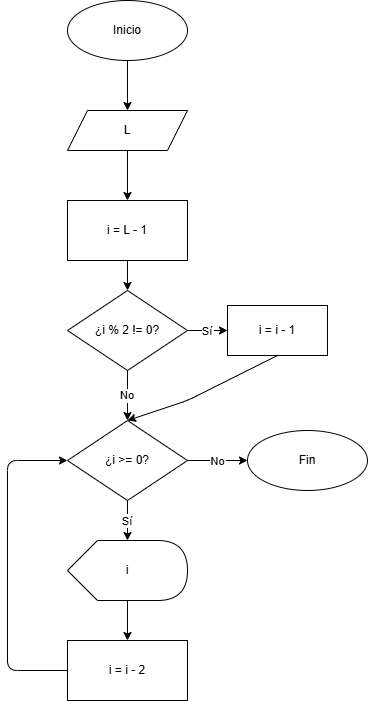
Earlier version of the draw.io export chapter4/dfd/dfd4.5.7_10.png (UPclopezpAalgorithmsBook/solutions). Source tidied: cells renumbered, new cells last; positions are measured from the earlier drawing's top-left corner, leaving out a move shared by most shapes. Source of this version:
```xml
<mxGraphModel>
  <root>
    <mxCell id="0" />
    <mxCell id="1" parent="0" />
    <mxCell id="2" value="Inicio" style="ellipse;whiteSpace=wrap;html=1;" parent="1" vertex="1">
      <mxGeometry x="60" width="120" height="60" as="geometry" />
    </mxCell>
    <mxCell id="3" value="L" style="shape=parallelogram;perimeter=parallelogramPerimeter;whiteSpace=wrap;html=1;fixedSize=1;" parent="1" vertex="1">
      <mxGeometry x="60" y="110" width="120" height="40" as="geometry" />
    </mxCell>
    <mxCell id="4" value="i = L - 1" style="rounded=0;whiteSpace=wrap;html=1;" parent="1" vertex="1">
      <mxGeometry x="60" y="200" width="120" height="60" as="geometry" />
    </mxCell>
    <mxCell id="5" value="¿i % 2 != 0?" style="rhombus;whiteSpace=wrap;html=1;" parent="1" vertex="1">
      <mxGeometry x="60" y="290" width="120" height="80" as="geometry" />
    </mxCell>
    <mxCell id="6" value="i = i - 1" style="rounded=0;whiteSpace=wrap;html=1;" parent="1" vertex="1">
      <mxGeometry x="220" y="305" width="100" height="50" as="geometry" />
    </mxCell>
    <mxCell id="7" value="¿i &gt;= 0?" style="rhombus;whiteSpace=wrap;html=1;" parent="1" vertex="1">
      <mxGeometry x="60" y="420" width="120" height="80" as="geometry" />
    </mxCell>
    <mxCell id="8" value="i" style="shape=display;whiteSpace=wrap;html=1;" parent="1" vertex="1">
      <mxGeometry x="60" y="540" width="120" height="60" as="geometry" />
    </mxCell>
    <mxCell id="9" value="i = i - 2" style="rounded=0;whiteSpace=wrap;html=1;" parent="1" vertex="1">
      <mxGeometry x="60" y="640" width="120" height="60" as="geometry" />
    </mxCell>
    <mxCell id="10" value="Fin" style="ellipse;whiteSpace=wrap;html=1;" parent="1" vertex="1">
      <mxGeometry x="240" y="430" width="120" height="60" as="geometry" />
    </mxCell>
    <mxCell id="11" parent="1" edge="1" source="2" target="3">
      <mxGeometry relative="1" as="geometry" />
    </mxCell>
    <mxCell id="12" parent="1" edge="1" source="3" target="4">
      <mxGeometry relative="1" as="geometry" />
    </mxCell>
    <mxCell id="13" parent="1" edge="1" source="4" target="5">
      <mxGeometry relative="1" as="geometry" />
    </mxCell>
    <mxCell id="14" value="Sí" parent="1" edge="1" source="5" target="6">
      <mxGeometry relative="1" as="geometry" />
    </mxCell>
    <mxCell id="15" value="No" parent="1" edge="1" source="5" target="7">
      <mxGeometry relative="1" as="geometry" />
    </mxCell>
    <mxCell id="16" style="exitX=0.5;exitY=1;exitDx=0;exitDy=0;" parent="1" edge="1" source="6">
      <mxGeometry relative="1" as="geometry">
        <mxPoint x="120" y="420" as="targetPoint" />
        <Array as="points">
          <mxPoint x="220" y="380" />
          <mxPoint x="180" y="400" />
        </Array>
      </mxGeometry>
    </mxCell>
    <mxCell id="17" value="Sí" parent="1" edge="1" source="7" target="8">
      <mxGeometry relative="1" as="geometry" />
    </mxCell>
    <mxCell id="18" value="No" parent="1" edge="1" source="7" target="10">
      <mxGeometry relative="1" as="geometry" />
    </mxCell>
    <mxCell id="19" parent="1" edge="1" source="8" target="9">
      <mxGeometry relative="1" as="geometry" />
    </mxCell>
    <mxCell id="20" parent="1" edge="1" source="9" target="7">
      <mxGeometry relative="1" as="geometry">
        <Array as="points">
          <mxPoint y="670" />
          <mxPoint y="460" />
        </Array>
      </mxGeometry>
    </mxCell>
  </root>
</mxGraphModel>
```
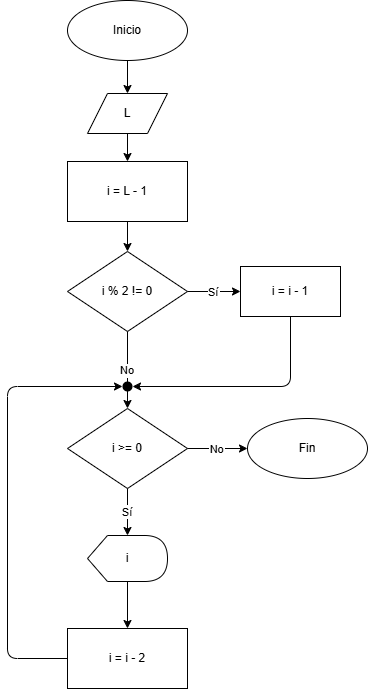
The same diagram one commit later.

What changed in the source:
```diff
@@ -2,32 +2,50 @@
   <root>
     <mxCell id="0" />
     <mxCell id="1" parent="0" />
+    <mxCell id="21" parent="1" edge="1">
+      <mxGeometry relative="1" as="geometry">
+        <mxPoint x="60" y="420" as="targetPoint" />
+        <Array as="points">
+          <mxPoint y="530" />
+          <mxPoint y="420" />
+        </Array>
+      </mxGeometry>
+    </mxCell>
+    <mxCell id="22" style="endArrow=classic;html=1;exitX=0;exitY=0.5;exitDx=0;exitDy=0;entryX=0;entryY=0.5;entryDx=0;entryDy=0;" parent="1" edge="1">
+      <mxGeometry relative="1" as="geometry">
+        <mxPoint x="60" y="240" as="targetPoint" />
+        <Array as="points">
+          <mxPoint y="480" />
+          <mxPoint y="240" />
+        </Array>
+      </mxGeometry>
+    </mxCell>
     <mxCell id="2" value="Inicio" style="ellipse;whiteSpace=wrap;html=1;" parent="1" vertex="1">
-      <mxGeometry x="60" width="120" height="60" as="geometry" />
+      <mxGeometry x="60" y="39" width="120" height="60" as="geometry" />
     </mxCell>
     <mxCell id="3" value="L" style="shape=parallelogram;perimeter=parallelogramPerimeter;whiteSpace=wrap;html=1;fixedSize=1;" parent="1" vertex="1">
-      <mxGeometry x="60" y="110" width="120" height="40" as="geometry" />
+      <mxGeometry x="80" y="132" width="80" height="40" as="geometry" />
     </mxCell>
     <mxCell id="4" value="i = L - 1" style="rounded=0;whiteSpace=wrap;html=1;" parent="1" vertex="1">
       <mxGeometry x="60" y="200" width="120" height="60" as="geometry" />
     </mxCell>
-    <mxCell id="5" value="¿i % 2 != 0?" style="rhombus;whiteSpace=wrap;html=1;" parent="1" vertex="1">
-      <mxGeometry x="60" y="290" width="120" height="80" as="geometry" />
-    </mxCell>
+    <mxCell id="23" value="i % 2 != 0" style="rhombus;whiteSpace=wrap;html=1;" parent="1" vertex="1">
+      <mxGeometry x="60" y="290" width="120" height="80" as="geometry" />
+    </mxCell>
     <mxCell id="6" value="i = i - 1" style="rounded=0;whiteSpace=wrap;html=1;" parent="1" vertex="1">
-      <mxGeometry x="220" y="305" width="100" height="50" as="geometry" />
+      <mxGeometry x="233" y="305" width="100" height="50" as="geometry" />
     </mxCell>
-    <mxCell id="7" value="¿i &gt;= 0?" style="rhombus;whiteSpace=wrap;html=1;" parent="1" vertex="1">
-      <mxGeometry x="60" y="420" width="120" height="80" as="geometry" />
-    </mxCell>
+    <mxCell id="24" value="i &amp;gt;= 0" style="rhombus;whiteSpace=wrap;html=1;" parent="1" vertex="1">
+      <mxGeometry x="60" y="447" width="120" height="80" as="geometry" />
+    </mxCell>
     <mxCell id="8" value="i" style="shape=display;whiteSpace=wrap;html=1;" parent="1" vertex="1">
-      <mxGeometry x="60" y="540" width="120" height="60" as="geometry" />
+      <mxGeometry x="80" y="574" width="80" height="46" as="geometry" />
     </mxCell>
     <mxCell id="9" value="i = i - 2" style="rounded=0;whiteSpace=wrap;html=1;" parent="1" vertex="1">
-      <mxGeometry x="60" y="640" width="120" height="60" as="geometry" />
+      <mxGeometry x="60" y="667" width="120" height="60" as="geometry" />
     </mxCell>
     <mxCell id="10" value="Fin" style="ellipse;whiteSpace=wrap;html=1;" parent="1" vertex="1">
-      <mxGeometry x="240" y="430" width="120" height="60" as="geometry" />
+      <mxGeometry x="240" y="457" width="120" height="60" as="geometry" />
     </mxCell>
     <mxCell id="11" parent="1" edge="1" source="2" target="3">
       <mxGeometry relative="1" as="geometry" />
@@ -35,40 +53,41 @@
     <mxCell id="12" parent="1" edge="1" source="3" target="4">
       <mxGeometry relative="1" as="geometry" />
     </mxCell>
-    <mxCell id="13" parent="1" edge="1" source="4" target="5">
-      <mxGeometry relative="1" as="geometry" />
-    </mxCell>
-    <mxCell id="14" value="Sí" parent="1" edge="1" source="5" target="6">
-      <mxGeometry relative="1" as="geometry" />
-    </mxCell>
-    <mxCell id="15" value="No" parent="1" edge="1" source="5" target="7">
-      <mxGeometry relative="1" as="geometry" />
-    </mxCell>
-    <mxCell id="16" style="exitX=0.5;exitY=1;exitDx=0;exitDy=0;" parent="1" edge="1" source="6">
-      <mxGeometry relative="1" as="geometry">
-        <mxPoint x="120" y="420" as="targetPoint" />
-        <Array as="points">
-          <mxPoint x="220" y="380" />
-          <mxPoint x="180" y="400" />
-        </Array>
-      </mxGeometry>
-    </mxCell>
-    <mxCell id="17" value="Sí" parent="1" edge="1" source="7" target="8">
-      <mxGeometry relative="1" as="geometry" />
-    </mxCell>
-    <mxCell id="18" value="No" parent="1" edge="1" source="7" target="10">
-      <mxGeometry relative="1" as="geometry" />
-    </mxCell>
+    <mxCell id="25" parent="1" edge="1" source="4" target="23">
+      <mxGeometry relative="1" as="geometry" />
+    </mxCell>
+    <mxCell id="26" value="Sí" parent="1" edge="1" source="23" target="6">
+      <mxGeometry relative="1" as="geometry" />
+    </mxCell>
+    <mxCell id="27" value="No" parent="1" edge="1" source="23" target="24">
+      <mxGeometry relative="1" as="geometry" />
+    </mxCell>
+    <mxCell id="28" value="Sí" parent="1" edge="1" source="24" target="8">
+      <mxGeometry relative="1" as="geometry" />
+    </mxCell>
+    <mxCell id="29" value="No" parent="1" edge="1" source="24" target="10">
+      <mxGeometry relative="1" as="geometry" />
+    </mxCell>
     <mxCell id="19" parent="1" edge="1" source="8" target="9">
       <mxGeometry relative="1" as="geometry" />
     </mxCell>
-    <mxCell id="20" parent="1" edge="1" source="9" target="7">
-      <mxGeometry relative="1" as="geometry">
-        <Array as="points">
-          <mxPoint y="670" />
-          <mxPoint y="460" />
-        </Array>
-      </mxGeometry>
-    </mxCell>
+    <mxCell id="30" style="entryX=0;entryY=0.5;entryDx=0;entryDy=0;" parent="1" edge="1" source="9" target="32">
+      <mxGeometry relative="1" as="geometry">
+        <Array as="points">
+          <mxPoint y="697" />
+          <mxPoint y="425" />
+        </Array>
+      </mxGeometry>
+    </mxCell>
+    <mxCell id="31" parent="1" edge="1" source="6" target="32">
+      <mxGeometry relative="1" as="geometry">
+        <Array as="points">
+          <mxPoint x="283" y="425" />
+        </Array>
+      </mxGeometry>
+    </mxCell>
+    <mxCell id="32" style="ellipse;whiteSpace=wrap;html=1;strokeColor=none;fillColor=#000000;" parent="1" vertex="1">
+      <mxGeometry x="115" y="420" width="10" height="10" as="geometry" />
+    </mxCell>
   </root>
 </mxGraphModel>
```
